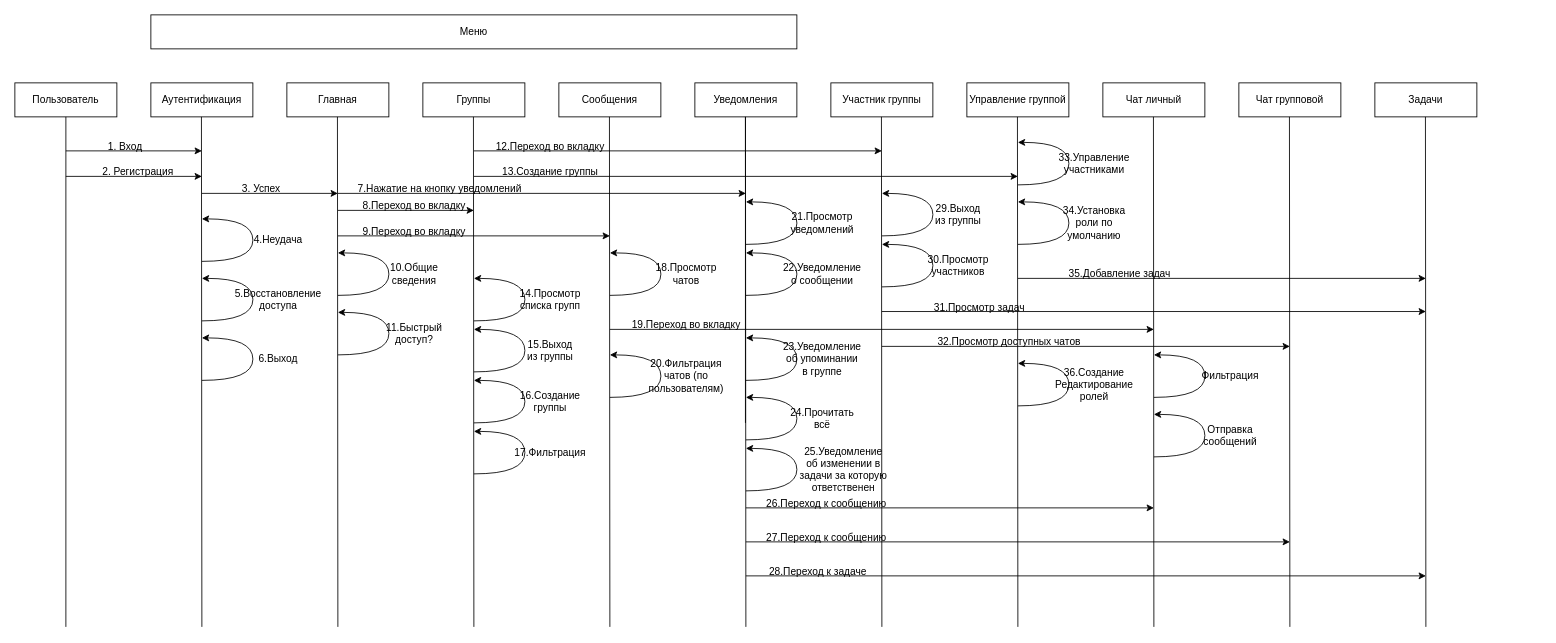
Before: Не программные файлы/Диаграмма последовательности.drawio in Sadaly/StudyTaskManager_Coursework, a draw.io diagram. Source tidied: cells renumbered, new cells numbered last; positions are measured from the earlier drawing's top-left corner, leaving out a move shared by most shapes. Both pictures are drawn from the tidied source at 85%, with x=0, y=0 at pixel (14, 14).
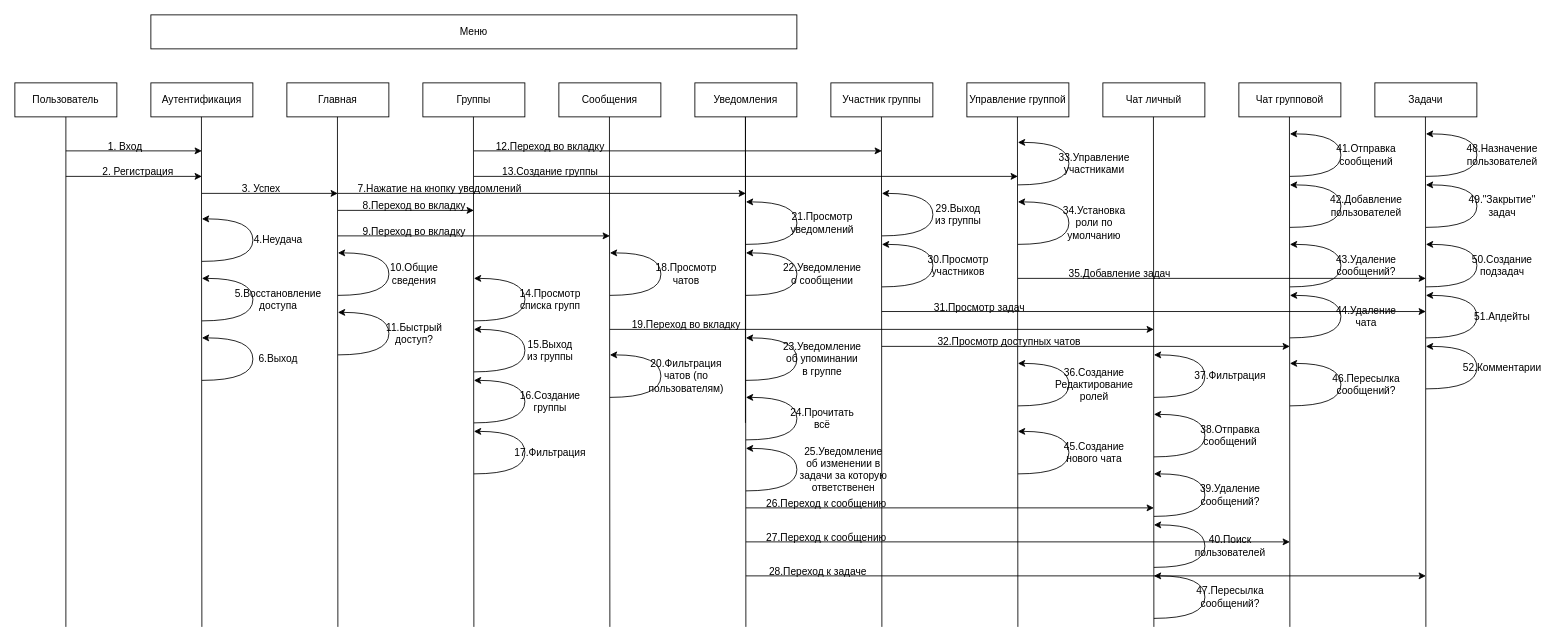
Above is the later version.

Diff of the diagram source:
```diff
@@
-    <mxCell id="52" value="Фильтрация" style="text;html=1;align=center;verticalAlign=middle;whiteSpace=wrap;rounded=0;" parent="1" vertex="1">
+    <mxCell id="52" value="37.&lt;span style=&quot;background-color: initial;&quot;&gt;Фильтрация&lt;/span&gt;" style="text;html=1;align=center;verticalAlign=middle;whiteSpace=wrap;rounded=0;" parent="1" vertex="1">
       <mxGeometry x="1400" y="410" width="60" height="30" as="geometry" />
     </mxCell>
@@
-    <mxCell id="58" value="Отправка сообщений" style="text;html=1;align=center;verticalAlign=middle;whiteSpace=wrap;rounded=0;" parent="1" vertex="1">
+    <mxCell id="58" value="38.Отправка сообщений" style="text;html=1;align=center;verticalAlign=middle;whiteSpace=wrap;rounded=0;" parent="1" vertex="1">
       <mxGeometry x="1400" y="480" width="60" height="30" as="geometry" />
     </mxCell>
@@
+    <mxCell id="102" style="curved=1;endArrow=classic;html=1;rounded=0;" parent="1" edge="1">
+      <mxGeometry relative="1" as="geometry">
+        <mxPoint x="1340" y="590" as="sourcePoint" />
+        <mxPoint x="1340" y="540" as="targetPoint" />
+        <Array as="points">
+          <mxPoint x="1400" y="590" />
+          <mxPoint x="1400" y="540" />
+          <mxPoint x="1340" y="540" />
+        </Array>
+      </mxGeometry>
+    </mxCell>
+    <mxCell id="103" value="39.Удаление сообщений?" style="text;html=1;align=center;verticalAlign=middle;whiteSpace=wrap;rounded=0;" parent="1" vertex="1">
+      <mxGeometry x="1400" y="550" width="60" height="30" as="geometry" />
+    </mxCell>
+    <mxCell id="104" style="curved=1;endArrow=classic;html=1;rounded=0;" parent="1" edge="1">
+      <mxGeometry relative="1" as="geometry">
+        <mxPoint x="1340" y="650" as="sourcePoint" />
+        <mxPoint x="1340" y="600" as="targetPoint" />
+        <Array as="points">
+          <mxPoint x="1400" y="650" />
+          <mxPoint x="1400" y="600" />
+          <mxPoint x="1340" y="600" />
+        </Array>
+      </mxGeometry>
+    </mxCell>
+    <mxCell id="105" value="40.Поиск пользователей" style="text;html=1;align=center;verticalAlign=middle;whiteSpace=wrap;rounded=0;" parent="1" vertex="1">
+      <mxGeometry x="1400" y="610" width="60" height="30" as="geometry" />
+    </mxCell>
+    <mxCell id="106" style="curved=1;endArrow=classic;html=1;rounded=0;" parent="1" edge="1">
+      <mxGeometry relative="1" as="geometry">
+        <mxPoint x="1500" y="190" as="sourcePoint" />
+        <mxPoint x="1500" y="140" as="targetPoint" />
+        <Array as="points">
+          <mxPoint x="1560" y="190" />
+          <mxPoint x="1560" y="140" />
+          <mxPoint x="1500" y="140" />
+        </Array>
+      </mxGeometry>
+    </mxCell>
+    <mxCell id="107" value="41.Отправка сообщений" style="text;html=1;align=center;verticalAlign=middle;whiteSpace=wrap;rounded=0;" parent="1" vertex="1">
+      <mxGeometry x="1560" y="150" width="60" height="30" as="geometry" />
+    </mxCell>
+    <mxCell id="108" style="curved=1;endArrow=classic;html=1;rounded=0;" parent="1" edge="1">
+      <mxGeometry relative="1" as="geometry">
+        <mxPoint x="1500" y="250" as="sourcePoint" />
+        <mxPoint x="1500" y="200" as="targetPoint" />
+        <Array as="points">
+          <mxPoint x="1560" y="250" />
+          <mxPoint x="1560" y="200" />
+          <mxPoint x="1500" y="200" />
+        </Array>
+      </mxGeometry>
+    </mxCell>
+    <mxCell id="109" value="42.Добавление пользователей" style="text;html=1;align=center;verticalAlign=middle;whiteSpace=wrap;rounded=0;" parent="1" vertex="1">
+      <mxGeometry x="1560" y="210" width="60" height="30" as="geometry" />
+    </mxCell>
+    <mxCell id="110" style="curved=1;endArrow=classic;html=1;rounded=0;" parent="1" edge="1">
+      <mxGeometry relative="1" as="geometry">
+        <mxPoint x="1500" y="320" as="sourcePoint" />
+        <mxPoint x="1500" y="270" as="targetPoint" />
+        <Array as="points">
+          <mxPoint x="1560" y="320" />
+          <mxPoint x="1560" y="270" />
+          <mxPoint x="1500" y="270" />
+        </Array>
+      </mxGeometry>
+    </mxCell>
+    <mxCell id="111" value="43.Удаление сообщений?" style="text;html=1;align=center;verticalAlign=middle;whiteSpace=wrap;rounded=0;" parent="1" vertex="1">
+      <mxGeometry x="1560" y="280" width="60" height="30" as="geometry" />
+    </mxCell>
+    <mxCell id="112" style="curved=1;endArrow=classic;html=1;rounded=0;" parent="1" edge="1">
+      <mxGeometry relative="1" as="geometry">
+        <mxPoint x="1500" y="380" as="sourcePoint" />
+        <mxPoint x="1500" y="330" as="targetPoint" />
+        <Array as="points">
+          <mxPoint x="1560" y="380" />
+          <mxPoint x="1560" y="330" />
+          <mxPoint x="1500" y="330" />
+        </Array>
+      </mxGeometry>
+    </mxCell>
+    <mxCell id="113" value="44.Удаление чата" style="text;html=1;align=center;verticalAlign=middle;whiteSpace=wrap;rounded=0;" parent="1" vertex="1">
+      <mxGeometry x="1560" y="340" width="60" height="30" as="geometry" />
+    </mxCell>
+    <mxCell id="114" style="curved=1;endArrow=classic;html=1;rounded=0;" parent="1" edge="1">
+      <mxGeometry relative="1" as="geometry">
+        <mxPoint x="1180" y="540" as="sourcePoint" />
+        <mxPoint x="1180" y="490" as="targetPoint" />
+        <Array as="points">
+          <mxPoint x="1240" y="540" />
+          <mxPoint x="1240" y="490" />
+          <mxPoint x="1180" y="490" />
+        </Array>
+      </mxGeometry>
+    </mxCell>
+    <mxCell id="115" value="45.Создание нового чата" style="text;html=1;align=center;verticalAlign=middle;whiteSpace=wrap;rounded=0;" parent="1" vertex="1">
+      <mxGeometry x="1240" y="500" width="60" height="30" as="geometry" />
+    </mxCell>
+    <mxCell id="116" style="curved=1;endArrow=classic;html=1;rounded=0;" parent="1" edge="1">
+      <mxGeometry relative="1" as="geometry">
+        <mxPoint x="1500" y="460" as="sourcePoint" />
+        <mxPoint x="1500" y="410" as="targetPoint" />
+        <Array as="points">
+          <mxPoint x="1560" y="460" />
+          <mxPoint x="1560" y="410" />
+          <mxPoint x="1500" y="410" />
+        </Array>
+      </mxGeometry>
+    </mxCell>
+    <mxCell id="117" value="46.Пересылка сообщений?" style="text;html=1;align=center;verticalAlign=middle;whiteSpace=wrap;rounded=0;" parent="1" vertex="1">
+      <mxGeometry x="1560" y="420" width="60" height="30" as="geometry" />
+    </mxCell>
+    <mxCell id="118" style="curved=1;endArrow=classic;html=1;rounded=0;" parent="1" edge="1">
+      <mxGeometry relative="1" as="geometry">
+        <mxPoint x="1340" y="710" as="sourcePoint" />
+        <mxPoint x="1340" y="660" as="targetPoint" />
+        <Array as="points">
+          <mxPoint x="1400" y="710" />
+          <mxPoint x="1400" y="660" />
+          <mxPoint x="1340" y="660" />
+        </Array>
+      </mxGeometry>
+    </mxCell>
+    <mxCell id="119" value="47.Пересылка сообщений?" style="text;html=1;align=center;verticalAlign=middle;whiteSpace=wrap;rounded=0;" parent="1" vertex="1">
+      <mxGeometry x="1400" y="670" width="60" height="30" as="geometry" />
+    </mxCell>
+    <mxCell id="120" style="curved=1;endArrow=classic;html=1;rounded=0;" parent="1" edge="1">
+      <mxGeometry relative="1" as="geometry">
+        <mxPoint x="1660" y="190" as="sourcePoint" />
+        <mxPoint x="1660" y="140" as="targetPoint" />
+        <Array as="points">
+          <mxPoint x="1720" y="190" />
+          <mxPoint x="1720" y="140" />
+          <mxPoint x="1660" y="140" />
+        </Array>
+      </mxGeometry>
+    </mxCell>
+    <mxCell id="121" value="48.Назначение пользователей" style="text;html=1;align=center;verticalAlign=middle;whiteSpace=wrap;rounded=0;" parent="1" vertex="1">
+      <mxGeometry x="1720" y="150" width="60" height="30" as="geometry" />
+    </mxCell>
+    <mxCell id="122" style="curved=1;endArrow=classic;html=1;rounded=0;" parent="1" edge="1">
+      <mxGeometry relative="1" as="geometry">
+        <mxPoint x="1660" y="250" as="sourcePoint" />
+        <mxPoint x="1660" y="200" as="targetPoint" />
+        <Array as="points">
+          <mxPoint x="1720" y="250" />
+          <mxPoint x="1720" y="200" />
+          <mxPoint x="1660" y="200" />
+        </Array>
+      </mxGeometry>
+    </mxCell>
+    <mxCell id="123" value="49.&quot;Закрытие&quot; задач" style="text;html=1;align=center;verticalAlign=middle;whiteSpace=wrap;rounded=0;" parent="1" vertex="1">
+      <mxGeometry x="1720" y="210" width="60" height="30" as="geometry" />
+    </mxCell>
+    <mxCell id="124" style="curved=1;endArrow=classic;html=1;rounded=0;" parent="1" edge="1">
+      <mxGeometry relative="1" as="geometry">
+        <mxPoint x="1660" y="320" as="sourcePoint" />
+        <mxPoint x="1660" y="270" as="targetPoint" />
+        <Array as="points">
+          <mxPoint x="1720" y="320" />
+          <mxPoint x="1720" y="270" />
+          <mxPoint x="1660" y="270" />
+        </Array>
+      </mxGeometry>
+    </mxCell>
+    <mxCell id="125" value="50.Создание подзадач" style="text;html=1;align=center;verticalAlign=middle;whiteSpace=wrap;rounded=0;" parent="1" vertex="1">
+      <mxGeometry x="1720" y="280" width="60" height="30" as="geometry" />
+    </mxCell>
+    <mxCell id="126" style="curved=1;endArrow=classic;html=1;rounded=0;" parent="1" edge="1">
+      <mxGeometry relative="1" as="geometry">
+        <mxPoint x="1660" y="380" as="sourcePoint" />
+        <mxPoint x="1660" y="330" as="targetPoint" />
+        <Array as="points">
+          <mxPoint x="1720" y="380" />
+          <mxPoint x="1720" y="330" />
+          <mxPoint x="1660" y="330" />
+        </Array>
+      </mxGeometry>
+    </mxCell>
+    <mxCell id="127" value="51.Апдейты" style="text;html=1;align=center;verticalAlign=middle;whiteSpace=wrap;rounded=0;" parent="1" vertex="1">
+      <mxGeometry x="1720" y="340" width="60" height="30" as="geometry" />
+    </mxCell>
+    <mxCell id="128" style="curved=1;endArrow=classic;html=1;rounded=0;" parent="1" edge="1">
+      <mxGeometry relative="1" as="geometry">
+        <mxPoint x="1660" y="440" as="sourcePoint" />
+        <mxPoint x="1660" y="390" as="targetPoint" />
+        <Array as="points">
+          <mxPoint x="1720" y="440" />
+          <mxPoint x="1720" y="390" />
+          <mxPoint x="1660" y="390" />
+        </Array>
+      </mxGeometry>
+    </mxCell>
+    <mxCell id="129" value="52.Комментарии" style="text;html=1;align=center;verticalAlign=middle;whiteSpace=wrap;rounded=0;" parent="1" vertex="1">
+      <mxGeometry x="1720" y="400" width="60" height="30" as="geometry" />
+    </mxCell>
```
